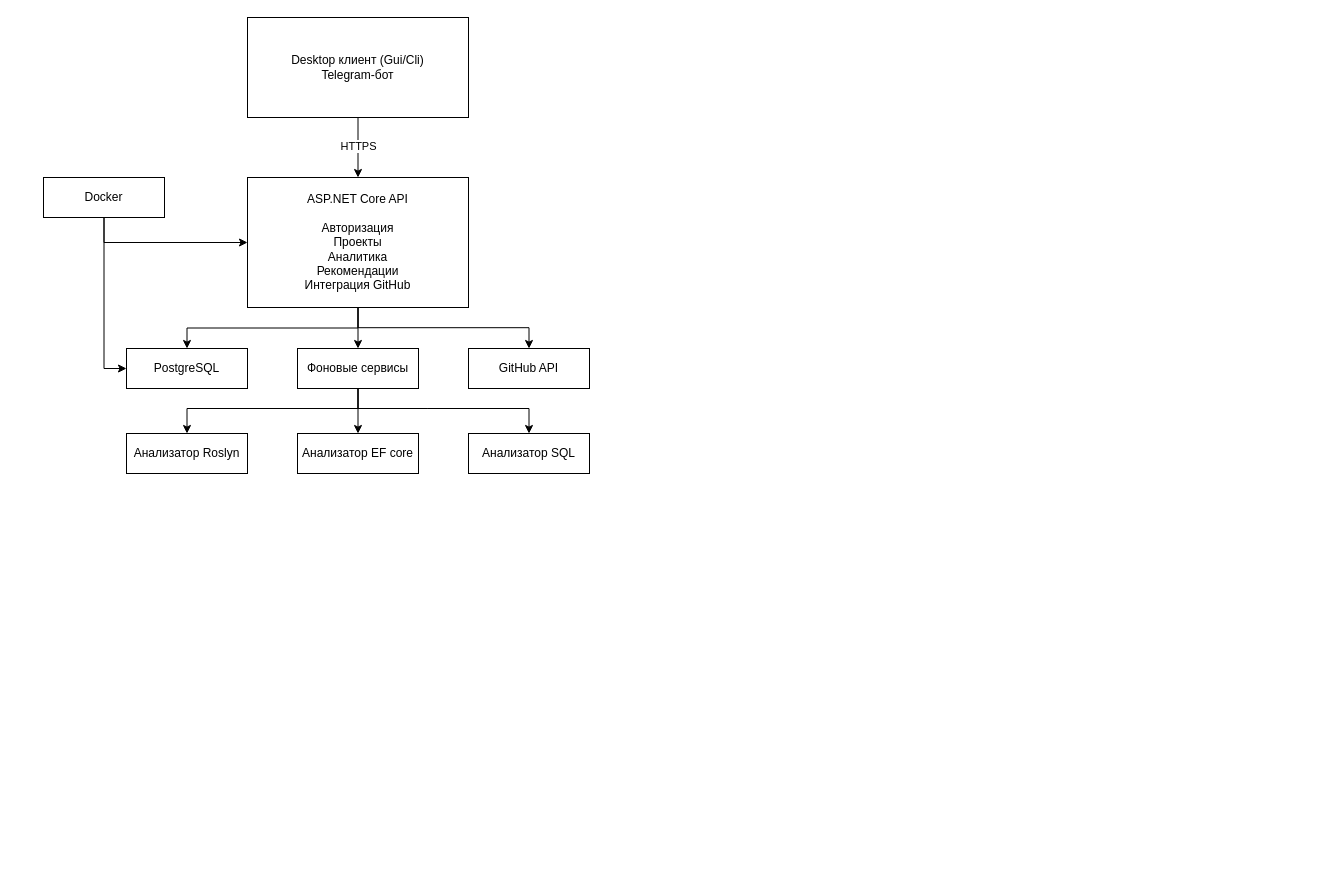
Above: docs/Архитектура проекта.drawio in Vol4ok-69/CourseProject (draw.io), before the change. Source tidied: cells renumbered, new cells numbered last; positions are measured from the earlier drawing's top-left corner, leaving out a move shared by most shapes. Both pictures are drawn from the tidied source at 100%, with x=0, y=0 at pixel (43, 17).
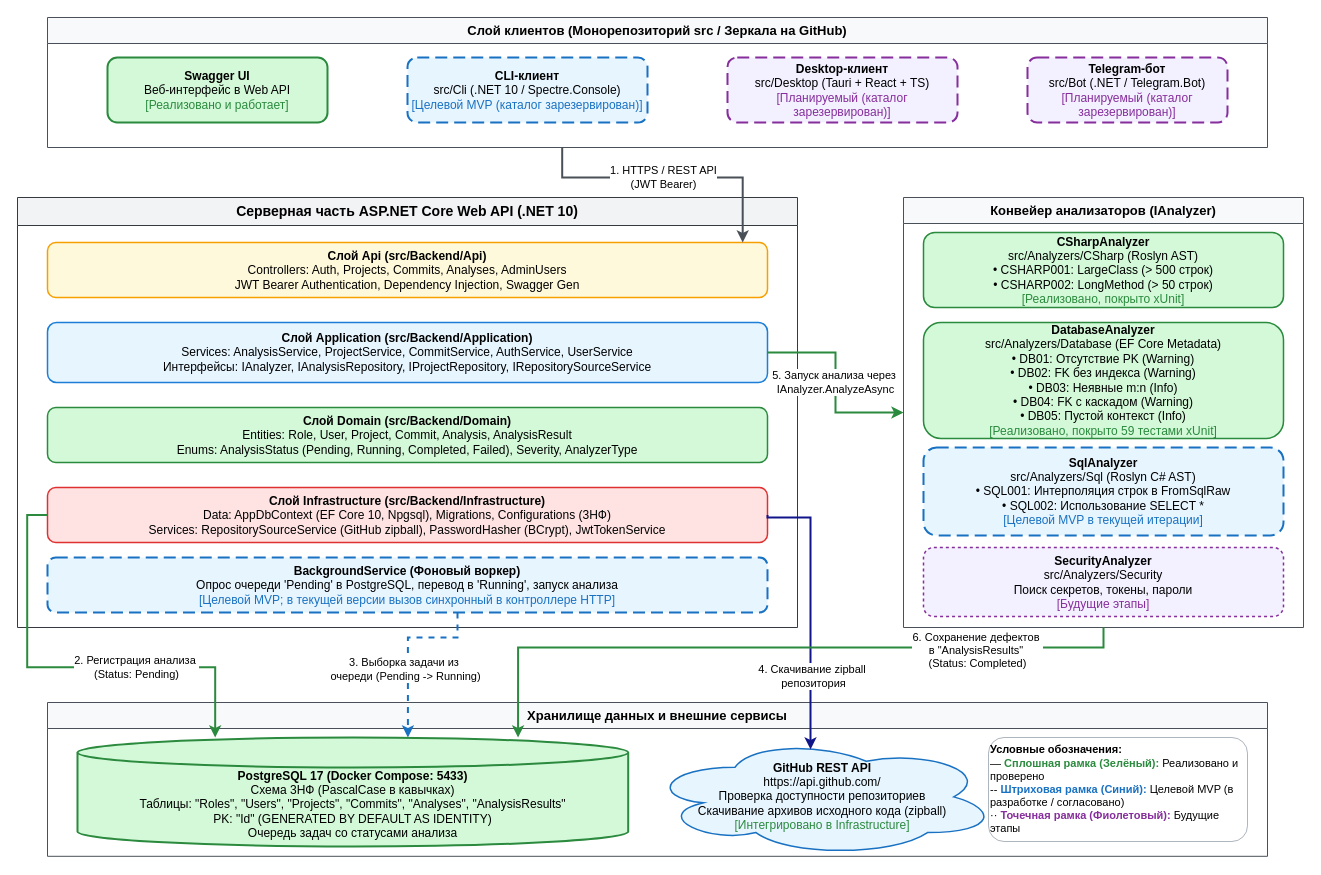
The same diagram, later.

The edit, as a diff of the source:
```diff
@@
-    <mxCell id="2" style="edgeStyle=orthogonalEdgeStyle;rounded=0;jettySize=auto;html=1;entryX=0.5;entryY=0;entryDx=0;entryDy=0;" parent="1" edge="1" source="4" target="8">
-      <mxGeometry relative="1" as="geometry" />
-    </mxCell>
-    <mxCell id="3" value="HTTPS" style="edgeLabel;html=1;align=center;verticalAlign=middle;" parent="2" vertex="1">
-      <mxGeometry x="-0.27" relative="1" as="geometry">
-        <mxPoint y="6" as="offset" />
-      </mxGeometry>
-    </mxCell>
-    <mxCell id="4" value="Desktop клиент (Gui/Cli)&lt;div&gt;Telegram-бот&lt;/div&gt;" style="rounded=0;whiteSpace=wrap;html=1;" parent="1" vertex="1">
-      <mxGeometry x="204" width="221" height="100" as="geometry" />
-    </mxCell>
-    <mxCell id="5" style="edgeStyle=orthogonalEdgeStyle;rounded=0;jettySize=auto;html=1;entryX=0.5;entryY=0;entryDx=0;entryDy=0;" parent="1" edge="1" source="8" target="9">
-      <mxGeometry relative="1" as="geometry" />
-    </mxCell>
-    <mxCell id="6" style="edgeStyle=orthogonalEdgeStyle;rounded=0;jettySize=auto;html=1;entryX=0.5;entryY=0;entryDx=0;entryDy=0;" parent="1" edge="1" source="8" target="13">
-      <mxGeometry relative="1" as="geometry" />
-    </mxCell>
-    <mxCell id="7" style="edgeStyle=orthogonalEdgeStyle;rounded=0;jettySize=auto;html=1;entryX=0.5;entryY=0;entryDx=0;entryDy=0;" parent="1" edge="1" source="8" target="20">
-      <mxGeometry relative="1" as="geometry">
-        <Array as="points">
-          <mxPoint x="314.5" y="310.2" />
-          <mxPoint x="485.5" y="310.2" />
-        </Array>
-      </mxGeometry>
-    </mxCell>
-    <mxCell id="8" value="ASP.NET Core API&lt;div&gt;&lt;br&gt;&lt;div&gt;Авторизация&lt;/div&gt;&lt;div&gt;Проекты&lt;/div&gt;&lt;div&gt;Аналитика&lt;/div&gt;&lt;div&gt;Рекомендации&lt;/div&gt;&lt;div&gt;Интеграция GitHub&lt;/div&gt;&lt;/div&gt;" style="rounded=0;whiteSpace=wrap;html=1;" parent="1" vertex="1">
-      <mxGeometry x="204" y="160" width="221" height="130" as="geometry" />
-    </mxCell>
-    <mxCell id="9" value="PostgreSQL" style="rounded=0;whiteSpace=wrap;html=1;" parent="1" vertex="1">
-      <mxGeometry x="83" y="331" width="121" height="40" as="geometry" />
-    </mxCell>
-    <mxCell id="10" style="edgeStyle=orthogonalEdgeStyle;rounded=0;jettySize=auto;html=1;entryX=0.5;entryY=0;entryDx=0;entryDy=0;" parent="1" edge="1" source="13" target="14">
-      <mxGeometry relative="1" as="geometry">
-        <Array as="points">
-          <mxPoint x="384" y="391" />
-          <mxPoint x="244" y="391" />
-        </Array>
-      </mxGeometry>
-    </mxCell>
-    <mxCell id="11" style="edgeStyle=orthogonalEdgeStyle;rounded=0;jettySize=auto;html=1;entryX=0.5;entryY=0;entryDx=0;entryDy=0;" parent="1" edge="1" source="13" target="15">
-      <mxGeometry relative="1" as="geometry" />
-    </mxCell>
-    <mxCell id="12" style="edgeStyle=orthogonalEdgeStyle;rounded=0;jettySize=auto;html=1;entryX=0.5;entryY=0;entryDx=0;entryDy=0;" parent="1" edge="1" source="13" target="16">
-      <mxGeometry relative="1" as="geometry">
-        <Array as="points">
-          <mxPoint x="384" y="391" />
-          <mxPoint x="524" y="391" />
-        </Array>
-      </mxGeometry>
-    </mxCell>
-    <mxCell id="13" value="Фоновые сервисы" style="rounded=0;whiteSpace=wrap;html=1;" parent="1" vertex="1">
-      <mxGeometry x="254" y="331" width="121" height="40" as="geometry" />
-    </mxCell>
-    <mxCell id="14" value="Анализатор Roslyn" style="rounded=0;whiteSpace=wrap;html=1;" parent="1" vertex="1">
-      <mxGeometry x="83" y="416" width="121" height="40" as="geometry" />
-    </mxCell>
-    <mxCell id="15" value="Анализатор EF core" style="rounded=0;whiteSpace=wrap;html=1;" parent="1" vertex="1">
-      <mxGeometry x="254" y="416" width="121" height="40" as="geometry" />
-    </mxCell>
-    <mxCell id="16" value="Анализатор SQL" style="rounded=0;whiteSpace=wrap;html=1;" parent="1" vertex="1">
-      <mxGeometry x="425" y="416" width="121" height="40" as="geometry" />
-    </mxCell>
-    <mxCell id="17" style="edgeStyle=orthogonalEdgeStyle;rounded=0;jettySize=auto;html=1;entryX=0;entryY=0.5;entryDx=0;entryDy=0;" parent="1" edge="1" source="19" target="9">
-      <mxGeometry relative="1" as="geometry" />
-    </mxCell>
-    <mxCell id="18" style="edgeStyle=orthogonalEdgeStyle;rounded=0;jettySize=auto;html=1;entryX=0;entryY=0.5;entryDx=0;entryDy=0;" parent="1" edge="1" source="19" target="8">
-      <mxGeometry relative="1" as="geometry">
-        <Array as="points">
-          <mxPoint x="60.5" y="225" />
-        </Array>
-      </mxGeometry>
-    </mxCell>
-    <mxCell id="19" value="Docker" style="rounded=0;whiteSpace=wrap;html=1;" parent="1" vertex="1">
-      <mxGeometry y="160" width="121" height="40" as="geometry" />
-    </mxCell>
-    <mxCell id="20" value="GitHub API" style="rounded=0;whiteSpace=wrap;html=1;" parent="1" vertex="1">
-      <mxGeometry x="425" y="331" width="121" height="40" as="geometry" />
-    </mxCell>
+    <mxCell id="21" value="Слой клиентов (Монорепозиторий src / Зеркала на GitHub)" style="swimlane;whiteSpace=wrap;html=1;fillColor=#f8f9fa;strokeColor=#495057;fontStyle=1;fontSize=13;startSize=26;" parent="1" vertex="1">
+      <mxGeometry x="4" width="1220" height="130" as="geometry" />
+    </mxCell>
+    <mxCell id="22" value="&lt;b&gt;Swagger UI&lt;/b&gt;&lt;br&gt;Веб-интерфейс в Web API&lt;br&gt;&lt;font color=&quot;#2b8a3e&quot;&gt;[Реализовано и работает]&lt;/font&gt;" style="rounded=1;whiteSpace=wrap;html=1;fillColor=#d3f9d8;strokeColor=#2b8a3e;strokeWidth=2;" parent="21" vertex="1">
+      <mxGeometry x="60" y="40" width="220" height="65" as="geometry" />
+    </mxCell>
+    <mxCell id="23" value="&lt;b&gt;CLI-клиент&lt;/b&gt;&lt;br&gt;src/Cli (.NET 10 / Spectre.Console)&lt;br&gt;&lt;font color=&quot;#1971c2&quot;&gt;[Целевой MVP (каталог зарезервирован)]&lt;/font&gt;" style="rounded=1;whiteSpace=wrap;html=1;dashed=1;dashPattern=6 3;fillColor=#e7f5ff;strokeColor=#1971c2;strokeWidth=2;" parent="21" vertex="1">
+      <mxGeometry x="360" y="40" width="240" height="65" as="geometry" />
+    </mxCell>
+    <mxCell id="24" value="&lt;b&gt;Desktop-клиент&lt;/b&gt;&lt;br&gt;src/Desktop (Tauri + React + TS)&lt;br&gt;&lt;font color=&quot;#862e9c&quot;&gt;[Планируемый (каталог зарезервирован)]&lt;/font&gt;" style="rounded=1;whiteSpace=wrap;html=1;dashed=1;dashPattern=6 3;fillColor=#f3f0ff;strokeColor=#862e9c;strokeWidth=2;" parent="21" vertex="1">
+      <mxGeometry x="680" y="40" width="230" height="65" as="geometry" />
+    </mxCell>
+    <mxCell id="25" value="&lt;b&gt;Telegram-бот&lt;/b&gt;&lt;br&gt;src/Bot (.NET / Telegram.Bot)&lt;br&gt;&lt;font color=&quot;#862e9c&quot;&gt;[Планируемый (каталог зарезервирован)]&lt;/font&gt;" style="rounded=1;whiteSpace=wrap;html=1;dashed=1;dashPattern=6 3;fillColor=#f3f0ff;strokeColor=#862e9c;strokeWidth=2;" parent="21" vertex="1">
+      <mxGeometry x="980" y="40" width="200" height="65" as="geometry" />
+    </mxCell>
+    <mxCell id="26" value="Серверная часть ASP.NET Core Web API (.NET 10)" style="swimlane;whiteSpace=wrap;html=1;fillColor=#f1f3f5;strokeColor=#343a40;fontStyle=1;fontSize=14;startSize=28;" parent="1" vertex="1">
+      <mxGeometry x="-26" y="180" width="780" height="430" as="geometry" />
+    </mxCell>
+    <mxCell id="27" value="&lt;b&gt;Слой Api (src/Backend/Api)&lt;/b&gt;&lt;br&gt;Controllers: Auth, Projects, Commits, Analyses, AdminUsers&lt;br&gt;JWT Bearer Authentication, Dependency Injection, Swagger Gen" style="rounded=1;whiteSpace=wrap;html=1;fillColor=#fff9db;strokeColor=#f59f00;strokeWidth=1.5;" parent="26" vertex="1">
+      <mxGeometry x="30" y="45" width="720" height="55" as="geometry" />
+    </mxCell>
+    <mxCell id="28" value="&lt;b&gt;Слой Application (src/Backend/Application)&lt;/b&gt;&lt;br&gt;Services: AnalysisService, ProjectService, CommitService, AuthService, UserService&lt;br&gt;Интерфейсы: IAnalyzer, IAnalysisRepository, IProjectRepository, IRepositorySourceService" style="rounded=1;whiteSpace=wrap;html=1;fillColor=#e7f5ff;strokeColor=#1c7ed6;strokeWidth=1.5;" parent="26" vertex="1">
+      <mxGeometry x="30" y="125" width="720" height="60" as="geometry" />
+    </mxCell>
+    <mxCell id="29" value="&lt;b&gt;Слой Domain (src/Backend/Domain)&lt;/b&gt;&lt;br&gt;Entities: Role, User, Project, Commit, Analysis, AnalysisResult&lt;br&gt;Enums: AnalysisStatus (Pending, Running, Completed, Failed), Severity, AnalyzerType" style="rounded=1;whiteSpace=wrap;html=1;fillColor=#d3f9d8;strokeColor=#2b8a3e;strokeWidth=1.5;" parent="26" vertex="1">
+      <mxGeometry x="30" y="210" width="720" height="55" as="geometry" />
+    </mxCell>
+    <mxCell id="30" value="&lt;b&gt;Слой Infrastructure (src/Backend/Infrastructure)&lt;/b&gt;&lt;br&gt;Data: AppDbContext (EF Core 10, Npgsql), Migrations, Configurations (3НФ)&lt;br&gt;Services: RepositorySourceService (GitHub zipball), PasswordHasher (BCrypt), JwtTokenService" style="rounded=1;whiteSpace=wrap;html=1;fillColor=#ffe3e3;strokeColor=#e03131;strokeWidth=1.5;" parent="26" vertex="1">
+      <mxGeometry x="30" y="290" width="720" height="55" as="geometry" />
+    </mxCell>
+    <mxCell id="31" value="&lt;b&gt;BackgroundService (Фоновый воркер)&lt;/b&gt;&lt;br&gt;Опрос очереди &amp;#39;Pending&amp;#39; в PostgreSQL, перевод в &amp;#39;Running&amp;#39;, запуск анализа&lt;br&gt;&lt;font color=&quot;#1971c2&quot;&gt;[Целевой MVP; в текущей версии вызов синхронный в контроллере HTTP]&lt;/font&gt;" style="rounded=1;whiteSpace=wrap;html=1;dashed=1;dashPattern=6 3;fillColor=#e7f5ff;strokeColor=#1971c2;strokeWidth=2;" parent="26" vertex="1">
+      <mxGeometry x="30" y="360" width="720" height="55" as="geometry" />
+    </mxCell>
+    <mxCell id="32" value="Конвейер анализаторов (IAnalyzer)" style="swimlane;whiteSpace=wrap;html=1;fillColor=#f8f9fa;strokeColor=#495057;fontStyle=1;fontSize=13;startSize=26;" parent="1" vertex="1">
+      <mxGeometry x="860" y="180" width="400" height="430" as="geometry" />
+    </mxCell>
+    <mxCell id="33" value="&lt;b&gt;CSharpAnalyzer&lt;/b&gt;&lt;br&gt;src/Analyzers/CSharp (Roslyn AST)&lt;br&gt;• CSHARP001: LargeClass (&amp;gt; 500 строк)&lt;br&gt;• CSHARP002: LongMethod (&amp;gt; 50 строк)&lt;br&gt;&lt;font color=&quot;#2b8a3e&quot;&gt;[Реализовано, покрыто xUnit]&lt;/font&gt;" style="rounded=1;whiteSpace=wrap;html=1;fillColor=#d3f9d8;strokeColor=#2b8a3e;strokeWidth=1.5;" parent="32" vertex="1">
+      <mxGeometry x="20" y="35" width="360" height="75" as="geometry" />
+    </mxCell>
+    <mxCell id="34" value="&lt;b&gt;DatabaseAnalyzer&lt;/b&gt;&lt;br&gt;src/Analyzers/Database (EF Core Metadata)&lt;br&gt;• DB01: Отсутствие PK (Warning)&lt;br&gt;• DB02: FK без индекса (Warning)&lt;br&gt;• DB03: Неявные m:n (Info)&lt;br&gt;• DB04: FK с каскадом (Warning)&lt;br&gt;• DB05: Пустой контекст (Info)&lt;br&gt;&lt;font color=&quot;#2b8a3e&quot;&gt;[Реализовано, покрыто 59 тестами xUnit]&lt;/font&gt;" style="rounded=1;whiteSpace=wrap;html=1;fillColor=#d3f9d8;strokeColor=#2b8a3e;strokeWidth=1.5;" parent="32" vertex="1">
+      <mxGeometry x="20" y="125" width="360" height="116" as="geometry" />
+    </mxCell>
+    <mxCell id="35" value="&lt;b&gt;SqlAnalyzer&lt;/b&gt;&lt;br&gt;src/Analyzers/Sql (Roslyn C# AST)&lt;br&gt;• SQL001: Интерполяция строк в FromSqlRaw&lt;br&gt;• SQL002: Использование SELECT *&lt;br&gt;&lt;font color=&quot;#1971c2&quot;&gt;[Целевой MVP в текущей итерации]&lt;/font&gt;" style="rounded=1;whiteSpace=wrap;html=1;dashed=1;dashPattern=6 3;fillColor=#e7f5ff;strokeColor=#1971c2;strokeWidth=2;" parent="32" vertex="1">
+      <mxGeometry x="20" y="250" width="360" height="88" as="geometry" />
+    </mxCell>
+    <mxCell id="36" value="&lt;b&gt;SecurityAnalyzer&lt;/b&gt;&lt;br&gt;src/Analyzers/Security&lt;br&gt;Поиск секретов, токены, пароли&lt;br&gt;&lt;font color=&quot;#862e9c&quot;&gt;[Будущие этапы]&lt;/font&gt;" style="rounded=1;whiteSpace=wrap;html=1;dashed=1;dashPattern=2 2;fillColor=#f3f0ff;strokeColor=#862e9c;strokeWidth=1.5;" parent="32" vertex="1">
+      <mxGeometry x="20" y="350" width="360" height="69" as="geometry" />
+    </mxCell>
+    <mxCell id="37" value="Хранилище данных и внешние сервисы" style="swimlane;whiteSpace=wrap;html=1;fillColor=#f8f9fa;strokeColor=#495057;fontStyle=1;fontSize=13;startSize=26;" parent="1" vertex="1">
+      <mxGeometry x="4" y="685" width="1220" height="153.8" as="geometry" />
+    </mxCell>
+    <mxCell id="38" value="&lt;b&gt;PostgreSQL 17 (Docker Compose: 5433)&lt;/b&gt;&lt;br&gt;Схема 3НФ (PascalCase в кавычках)&lt;br&gt;Таблицы: &amp;quot;Roles&amp;quot;, &amp;quot;Users&amp;quot;, &amp;quot;Projects&amp;quot;, &amp;quot;Commits&amp;quot;, &amp;quot;Analyses&amp;quot;, &amp;quot;AnalysisResults&amp;quot;&lt;br&gt;PK: &amp;quot;Id&amp;quot; (GENERATED BY DEFAULT AS IDENTITY)&lt;br&gt;Очередь задач со статусами анализа" style="shape=cylinder3;whiteSpace=wrap;html=1;boundedLbl=1;backgroundOutline=1;size=15;fillColor=#d3f9d8;strokeColor=#2b8a3e;strokeWidth=2;" parent="37" vertex="1">
+      <mxGeometry x="30" y="35" width="550.7" height="109" as="geometry" />
+    </mxCell>
+    <mxCell id="39" value="&lt;b&gt;GitHub REST API&lt;/b&gt;&lt;br&gt;https://api.github.com/&lt;br&gt;Проверка доступности репозиториев&lt;br&gt;Скачивание архивов исходного кода (zipball)&lt;br&gt;&lt;font color=&quot;#2b8a3e&quot;&gt;[Интегрировано в Infrastructure]&lt;/font&gt;" style="ellipse;shape=cloud;whiteSpace=wrap;html=1;fillColor=#e7f5ff;strokeColor=#1971c2;strokeWidth=1.5;" parent="37" vertex="1">
+      <mxGeometry x="600" y="35" width="350" height="118.8" as="geometry" />
+    </mxCell>
+    <mxCell id="40" value="&lt;b&gt;Условные обозначения:&lt;/b&gt;&lt;br&gt;— &lt;font color=&quot;#2b8a3e&quot;&gt;&lt;b&gt;Сплошная рамка (Зелёный):&lt;/b&gt;&lt;/font&gt; Реализовано и проверено&lt;br&gt;-- &lt;font color=&quot;#1971c2&quot;&gt;&lt;b&gt;Штриховая рамка (Синий):&lt;/b&gt;&lt;/font&gt; Целевой MVP (в разработке / согласовано)&lt;br&gt;·· &lt;font color=&quot;#862e9c&quot;&gt;&lt;b&gt;Точечная рамка (Фиолетовый):&lt;/b&gt;&lt;/font&gt; Будущие этапы" style="rounded=1;whiteSpace=wrap;html=1;fillColor=#ffffff;strokeColor=#adb5bd;fontSize=11;align=left;" parent="37" vertex="1">
+      <mxGeometry x="941" y="35" width="259" height="104" as="geometry" />
+    </mxCell>
+    <mxCell id="41" value="1. HTTPS / REST API&lt;div&gt;(JWT Bearer)&lt;/div&gt;" style="edgeStyle=orthogonalEdgeStyle;rounded=0;orthogonalLoop=1;jettySize=auto;html=1;entryX=0.967;entryY=0;entryDx=0;entryDy=0;strokeWidth=2;strokeColor=#495057;entryPerimeter=0;" parent="1" edge="1">
+      <mxGeometry x="-0.05" relative="1" as="geometry">
+        <mxPoint x="518.7" y="130" as="sourcePoint" />
+        <mxPoint x="699.2" y="225" as="targetPoint" />
+        <Array as="points">
+          <mxPoint x="518.7" y="130" />
+          <mxPoint x="518.7" y="160" />
+          <mxPoint x="699.2" y="160" />
+        </Array>
+      </mxGeometry>
+    </mxCell>
+    <mxCell id="42" value="2. Регистрация анализа&amp;nbsp;&lt;div&gt;(Status: Pending)&lt;/div&gt;" style="edgeStyle=orthogonalEdgeStyle;rounded=0;jettySize=auto;html=1;entryX=0.25;entryY=0;entryDx=0;entryDy=0;entryPerimeter=0;strokeWidth=2;strokeColor=#2b8a3e;" parent="1" edge="1" source="30" target="38">
+      <mxGeometry x="0.31" relative="1" as="geometry">
+        <Array as="points">
+          <mxPoint x="-16.3" y="497.5" />
+          <mxPoint x="-16.3" y="649.7" />
+          <mxPoint x="171.7" y="649.7" />
+        </Array>
+      </mxGeometry>
+    </mxCell>
+    <mxCell id="43" value="3. Выборка задачи из&amp;nbsp;&lt;div&gt;очереди (Pending -&amp;gt; Running)&lt;/div&gt;" style="edgeStyle=orthogonalEdgeStyle;rounded=0;jettySize=auto;html=1;entryX=0.6;entryY=0;entryDx=0;entryDy=0;entryPerimeter=0;dashed=1;strokeWidth=2;strokeColor=#1971c2;" parent="1" edge="1" source="31" target="38">
+      <mxGeometry x="0.23" y="-2" relative="1" as="geometry">
+        <Array as="points">
+          <mxPoint x="414" y="620" />
+          <mxPoint x="364.4" y="620" />
+        </Array>
+      </mxGeometry>
+    </mxCell>
+    <mxCell id="44" value="4. Скачивание zipball&amp;nbsp;&lt;div&gt;репозитория&lt;/div&gt;" style="edgeStyle=orthogonalEdgeStyle;rounded=0;jettySize=auto;html=1;entryX=0.4;entryY=0.1;entryDx=0;entryDy=0;entryPerimeter=0;strokeWidth=2;strokeColor=#11158A;exitX=1;exitY=0.5;exitDx=0;exitDy=0;" parent="1" edge="1" source="30">
+      <mxGeometry x="0.47" y="3" relative="1" as="geometry">
+        <mxPoint x="767" y="731.9" as="targetPoint" />
+        <Array as="points">
+          <mxPoint x="724" y="500" />
+          <mxPoint x="767" y="500" />
+        </Array>
+      </mxGeometry>
+    </mxCell>
+    <mxCell id="45" value="5. Запуск анализа через&amp;nbsp;&lt;div&gt;IAnalyzer.AnalyzeAsync&lt;/div&gt;" style="edgeStyle=orthogonalEdgeStyle;rounded=0;jettySize=auto;html=1;exitX=1;exitY=0.5;exitDx=0;exitDy=0;entryX=0;entryY=0.5;entryDx=0;entryDy=0;strokeWidth=2;strokeColor=#2b8a3e;" parent="1" edge="1" source="28" target="32">
+      <mxGeometry relative="1" as="geometry" />
+    </mxCell>
+    <mxCell id="46" value="6. Сохранение дефектов&amp;nbsp;&lt;div&gt;в &quot;AnalysisResults&quot;&amp;nbsp;&lt;/div&gt;&lt;div&gt;(Status: Completed)&lt;/div&gt;" style="edgeStyle=orthogonalEdgeStyle;rounded=0;jettySize=auto;html=1;exitX=0.5;exitY=1;exitDx=0;exitDy=0;entryX=0.8;entryY=0;entryDx=0;entryDy=0;entryPerimeter=0;strokeWidth=2;strokeColor=#2b8a3e;" parent="1" edge="1" source="32" target="38">
+      <mxGeometry x="-0.58" y="3" relative="1" as="geometry">
+        <Array as="points">
+          <mxPoint x="1024" y="630" />
+          <mxPoint x="414" y="630" />
+        </Array>
+      </mxGeometry>
+    </mxCell>
```
